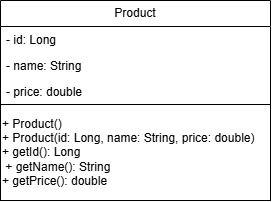
Earlier version of the draw.io export docs/uml/Product.png (Risandu74/products-api). Source tidied: cells renumbered, new cells last; positions are measured from the earlier drawing's top-left corner, leaving out a move shared by most shapes. Its diagram source:
```xml
<mxGraphModel>
  <root>
    <mxCell id="0" />
    <mxCell id="1" parent="0" />
    <mxCell id="2" value="Product" style="swimlane;fontStyle=0;horizontal=1;startSize=26;fillColor=none;whiteSpace=wrap;html=1;" parent="1" vertex="1">
      <mxGeometry width="270" height="104" as="geometry" />
    </mxCell>
    <mxCell id="3" value="- id: Long" style="text;strokeColor=none;fillColor=none;align=left;verticalAlign=top;spacingLeft=4;spacingRight=4;overflow=hidden;whiteSpace=wrap;html=1;" parent="2" vertex="1">
      <mxGeometry y="26" width="270" height="26" as="geometry" />
    </mxCell>
    <mxCell id="4" value="- name: String" style="text;strokeColor=none;fillColor=none;align=left;verticalAlign=top;spacingLeft=4;spacingRight=4;overflow=hidden;whiteSpace=wrap;html=1;" parent="2" vertex="1">
      <mxGeometry y="52" width="270" height="26" as="geometry" />
    </mxCell>
    <mxCell id="5" value="- price: double&amp;nbsp;" style="text;strokeColor=none;fillColor=none;align=left;verticalAlign=top;spacingLeft=4;spacingRight=4;overflow=hidden;whiteSpace=wrap;html=1;" parent="2" vertex="1">
      <mxGeometry y="78" width="270" height="26" as="geometry" />
    </mxCell>
    <mxCell id="6" value="+ Product()&amp;nbsp;&amp;nbsp;&lt;br&gt;&lt;div&gt;+ Product(id: Long, name: String, price: double)&lt;/div&gt;&lt;div&gt;+ getId(): Long&lt;/div&gt;&lt;div&gt;&amp;nbsp;+ getName(): String&lt;/div&gt;&lt;div&gt;+ getPrice(): double&lt;/div&gt;" style="rounded=0;whiteSpace=wrap;html=1;fillStyle=zigzag-line;fillColor=none;align=left;" parent="1" vertex="1">
      <mxGeometry y="104" width="270" height="96" as="geometry" />
    </mxCell>
  </root>
</mxGraphModel>
```
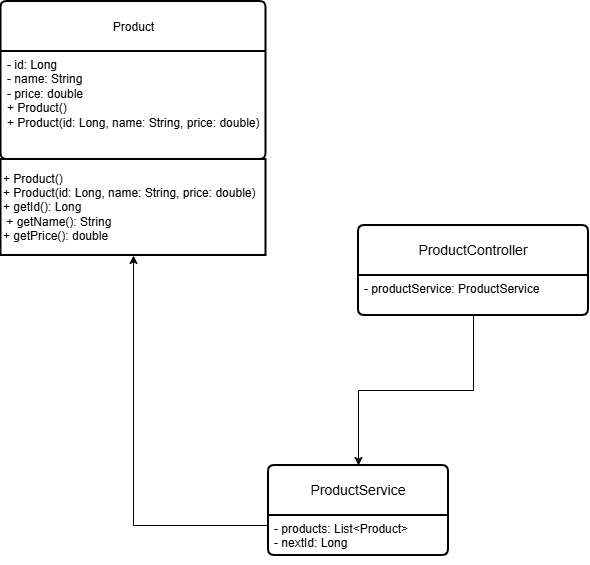
Later version of the same file.

Commit message:
Tutorial 3: ProductService with List, four CRUD endpoints working

Change to the diagram source:
```diff
@@ -2,20 +2,32 @@
   <root>
     <mxCell id="0" />
     <mxCell id="1" parent="0" />
+    <mxCell id="6" value="+ Product()&amp;nbsp;&amp;nbsp;&lt;br&gt;&lt;div&gt;+ Product(id: Long, name: String, price: double)&lt;/div&gt;&lt;div&gt;+ getId(): Long&lt;/div&gt;&lt;div&gt;&amp;nbsp;+ getName(): String&lt;/div&gt;&lt;div&gt;+ getPrice(): double&lt;/div&gt;" style="rounded=0;whiteSpace=wrap;html=1;fillStyle=zigzag-line;fillColor=none;align=left;strokeWidth=2;" parent="1" vertex="1">
+      <mxGeometry x="2.5" y="104" width="265" height="96" as="geometry" />
+    </mxCell>
+    <mxCell id="7" value="ProductService" style="swimlane;horizontal=1;startSize=50;rounded=1;fontSize=14;fontStyle=0;strokeWidth=2;shadow=0;dashed=0;align=center;arcSize=4;whiteSpace=wrap;html=1;" parent="1" vertex="1">
+      <mxGeometry x="270" y="410" width="180" height="90" as="geometry" />
+    </mxCell>
+    <mxCell id="8" value="- products: List&amp;lt;Product&amp;gt;&lt;br&gt;- nextId: Long&lt;div&gt;&lt;br/&gt;&lt;/div&gt;" style="align=left;strokeColor=none;fillColor=none;spacingLeft=4;spacingRight=4;fontSize=12;verticalAlign=top;html=1;whiteSpace=wrap;" parent="7" vertex="1">
+      <mxGeometry y="50" width="180" height="40" as="geometry" />
+    </mxCell>
+    <mxCell id="9" style="edgeStyle=orthogonalEdgeStyle;rounded=0;jettySize=auto;html=1;exitX=0.5;exitY=1;exitDx=0;exitDy=0;entryX=0.5;entryY=0;entryDx=0;entryDy=0;defaultLabelBackgroundColor=page;" parent="1" edge="1" source="10" target="7">
+      <mxGeometry relative="1" as="geometry" />
+    </mxCell>
+    <mxCell id="10" value="ProductController" style="swimlane;horizontal=1;startSize=50;rounded=1;fontSize=14;fontStyle=0;strokeWidth=2;shadow=0;dashed=0;align=center;arcSize=4;whiteSpace=wrap;html=1;" parent="1" vertex="1">
+      <mxGeometry x="360" y="170" width="230" height="90" as="geometry" />
+    </mxCell>
+    <mxCell id="11" value="- productService: ProductService&lt;div&gt;&lt;br&gt;&lt;/div&gt;" style="align=left;strokeColor=none;fillColor=none;spacingLeft=4;spacingRight=4;fontSize=12;verticalAlign=top;html=1;whiteSpace=wrap;" parent="10" vertex="1">
+      <mxGeometry y="50" width="230" height="40" as="geometry" />
+    </mxCell>
+    <mxCell id="12" style="edgeStyle=orthogonalEdgeStyle;rounded=0;jettySize=auto;html=1;exitX=0;exitY=0.25;exitDx=0;exitDy=0;entryX=0.5;entryY=1;entryDx=0;entryDy=0;defaultLabelBackgroundColor=page;" parent="1" edge="1" source="8" target="6">
+      <mxGeometry relative="1" as="geometry" />
+    </mxCell>
-    <mxCell id="2" value="Product" style="swimlane;fontStyle=0;horizontal=1;startSize=26;fillColor=none;whiteSpace=wrap;html=1;" parent="1" vertex="1">
-      <mxGeometry width="270" height="104" as="geometry" />
+    <mxCell id="2" value="&lt;span style=&quot;font-size: 12px;&quot;&gt;Product&lt;/span&gt;" style="swimlane;horizontal=1;startSize=50;rounded=1;fontSize=14;fontStyle=0;strokeWidth=2;shadow=0;dashed=0;align=center;arcSize=4;whiteSpace=wrap;html=1;" parent="1" vertex="1">
+      <mxGeometry x="2.5" y="-54" width="265" height="158" as="geometry" />
     </mxCell>
-    <mxCell id="3" value="- id: Long" style="text;strokeColor=none;fillColor=none;align=left;verticalAlign=top;spacingLeft=4;spacingRight=4;overflow=hidden;whiteSpace=wrap;html=1;" parent="2" vertex="1">
-      <mxGeometry y="26" width="270" height="26" as="geometry" />
-    </mxCell>
-    <mxCell id="4" value="- name: String" style="text;strokeColor=none;fillColor=none;align=left;verticalAlign=top;spacingLeft=4;spacingRight=4;overflow=hidden;whiteSpace=wrap;html=1;" parent="2" vertex="1">
-      <mxGeometry y="52" width="270" height="26" as="geometry" />
-    </mxCell>
-    <mxCell id="5" value="- price: double&amp;nbsp;" style="text;strokeColor=none;fillColor=none;align=left;verticalAlign=top;spacingLeft=4;spacingRight=4;overflow=hidden;whiteSpace=wrap;html=1;" parent="2" vertex="1">
-      <mxGeometry y="78" width="270" height="26" as="geometry" />
-    </mxCell>
-    <mxCell id="6" value="+ Product()&amp;nbsp;&amp;nbsp;&lt;br&gt;&lt;div&gt;+ Product(id: Long, name: String, price: double)&lt;/div&gt;&lt;div&gt;+ getId(): Long&lt;/div&gt;&lt;div&gt;&amp;nbsp;+ getName(): String&lt;/div&gt;&lt;div&gt;+ getPrice(): double&lt;/div&gt;" style="rounded=0;whiteSpace=wrap;html=1;fillStyle=zigzag-line;fillColor=none;align=left;" parent="1" vertex="1">
-      <mxGeometry y="104" width="270" height="96" as="geometry" />
-    </mxCell>
+    <mxCell id="13" value="- id: Long&lt;div&gt;- name: String&lt;/div&gt;&lt;div&gt;- price: double&lt;/div&gt;+ Product()&amp;nbsp;&lt;div&gt;+ Product(id: Long, name: String, price: double)&lt;/div&gt;&lt;div&gt;&amp;nbsp;&lt;br&gt;&lt;div&gt;&amp;nbsp;&lt;/div&gt;&lt;/div&gt;" style="align=left;strokeColor=none;fillColor=none;spacingLeft=4;spacingRight=4;fontSize=12;verticalAlign=top;html=1;whiteSpace=wrap;" parent="2" vertex="1">
+      <mxGeometry y="50" width="265" height="108" as="geometry" />
+    </mxCell>
   </root>
 </mxGraphModel>
```
